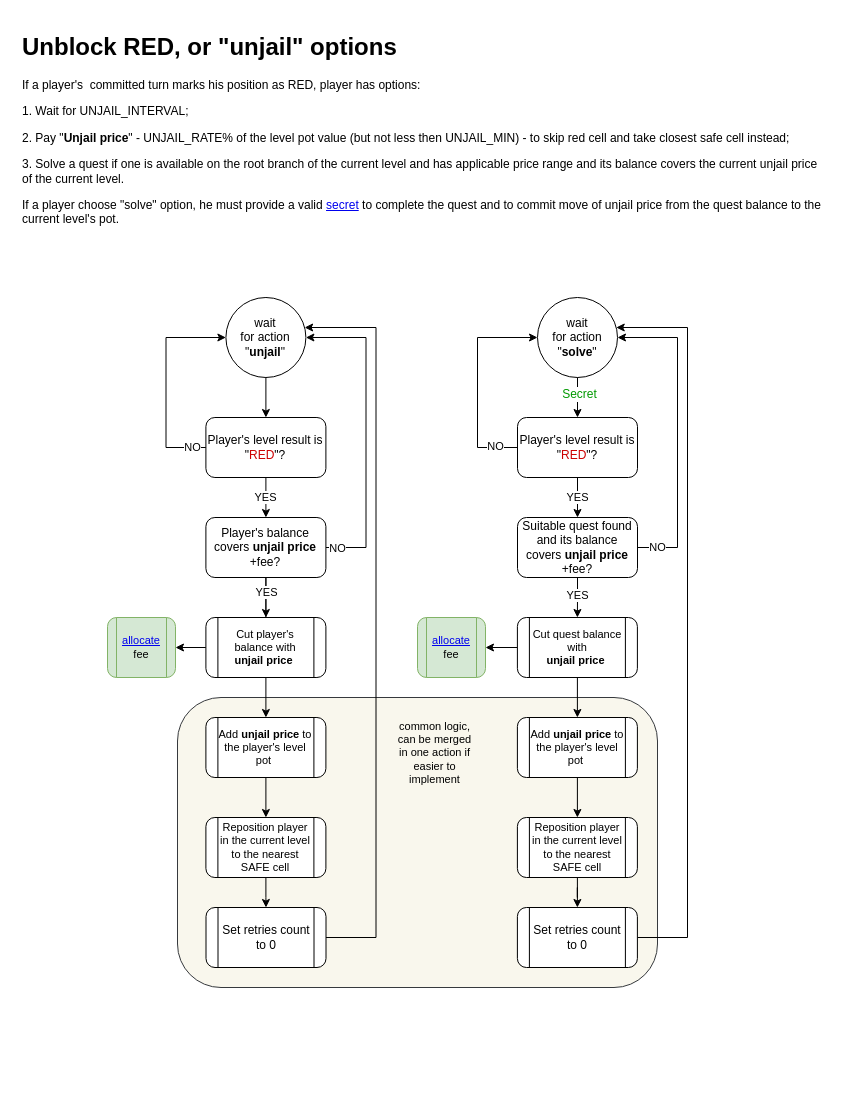
cptn-solo/woffler_contract keeps this draw.io diagram as page "unjail" (9 of 13) of ia/WOFFLER IA.drawio. Above is the earlier version. Source tidied: cells renumbered, new cells numbered last; positions are measured from the earlier drawing's top-left corner, leaving out a move shared by most shapes. Both pictures are drawn from the tidied source at 100%, with x=0, y=0 at pixel (17, 27).
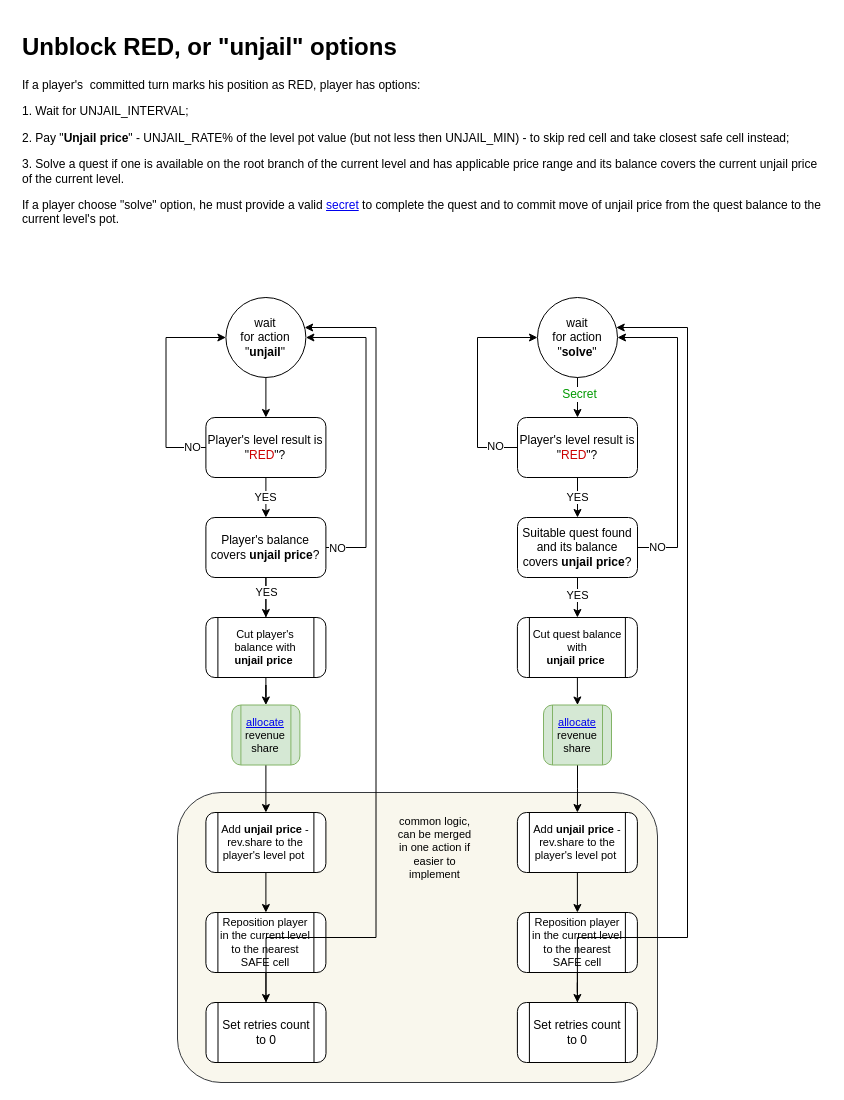
The same diagram, later.

The change refers to these unchanged cells:
```xml
<mxCell id="15" value="Cut player's balance with&lt;br&gt;&lt;b&gt;unjail price&amp;nbsp;&lt;/b&gt;" style="shape=process;whiteSpace=wrap;html=1;backgroundOutline=1;rounded=1;fontSize=11;" parent="1" vertex="1">
  <mxGeometry x="188.4" y="590" width="120" height="60" as="geometry" />
</mxCell>
<mxCell id="38" value="Cut quest balance with&lt;br&gt;&lt;b&gt;unjail price&amp;nbsp;&lt;/b&gt;" style="shape=process;whiteSpace=wrap;html=1;backgroundOutline=1;rounded=1;fontSize=11;" parent="1" vertex="1">
  <mxGeometry x="499.9" y="590" width="120" height="60" as="geometry" />
</mxCell>
```

Diff of the diagram source:
```diff
@@
     <mxCell id="2" value="common logic,&lt;br&gt;can be merged&lt;br&gt;in one action if&lt;br&gt;easier to&lt;br&gt;implement&lt;br&gt;" style="rounded=1;whiteSpace=wrap;html=1;strokeColor=#36393d;fontSize=11;shadow=0;spacingLeft=35;verticalAlign=top;spacingTop=16;fillColor=#f9f7ed;" parent="1" vertex="1">
-      <mxGeometry x="160" y="670" width="480" height="290" as="geometry" />
+      <mxGeometry x="160" y="765" width="480" height="290" as="geometry" />
     </mxCell>
@@
-    <mxCell id="10" value="Player's balance covers &lt;b&gt;unjail price&lt;br&gt;&lt;/b&gt;+fee?" style="rounded=1;whiteSpace=wrap;html=1;shadow=0;glass=0;strokeColor=#000000;align=center;" parent="1" vertex="1">
+    <mxCell id="10" value="Player's balance covers &lt;b&gt;unjail price&lt;/b&gt;?" style="rounded=1;whiteSpace=wrap;html=1;shadow=0;glass=0;strokeColor=#000000;align=center;" parent="1" vertex="1">
       <mxGeometry x="188.4" y="490" width="120" height="60" as="geometry" />
     </mxCell>
@@
-    <mxCell id="13" style="edgeStyle=orthogonalEdgeStyle;rounded=0;jettySize=auto;html=1;fontSize=11;" parent="1" edge="1" source="15" target="18">
+    <mxCell id="13" style="edgeStyle=orthogonalEdgeStyle;rounded=0;jettySize=auto;html=1;fontSize=11;" parent="1" edge="1" source="16" target="18">
       <mxGeometry relative="1" as="geometry" />
     </mxCell>
@@
-    <mxCell id="16" value="&lt;a href=&quot;data:page/id,J4QovUjZuFeeXE9WnE4x&quot;&gt;allocate&lt;/a&gt;&lt;br&gt;fee&lt;br&gt;" style="shape=process;whiteSpace=wrap;html=1;backgroundOutline=1;rounded=1;fontSize=11;fillColor=#d5e8d4;strokeColor=#82b366;" parent="1" vertex="1">
-      <mxGeometry x="90" y="590" width="68" height="60" as="geometry" />
+    <mxCell id="16" value="&lt;a href=&quot;data:page/id,J4QovUjZuFeeXE9WnE4x&quot;&gt;allocate&lt;/a&gt;&lt;br&gt;revenue&lt;br&gt;share&lt;br&gt;" style="shape=process;whiteSpace=wrap;html=1;backgroundOutline=1;rounded=1;fontSize=11;fillColor=#d5e8d4;strokeColor=#82b366;" parent="1" vertex="1">
+      <mxGeometry x="214.4" y="677.5" width="68" height="60" as="geometry" />
     </mxCell>
@@
-    <mxCell id="18" value="Add &lt;b&gt;unjail price&lt;/b&gt; to the player's level pot&amp;nbsp;" style="shape=process;whiteSpace=wrap;html=1;backgroundOutline=1;rounded=1;fontSize=11;" parent="1" vertex="1">
-      <mxGeometry x="188.4" y="690" width="120" height="60" as="geometry" />
+    <mxCell id="18" value="Add &lt;b&gt;unjail price&lt;/b&gt;&amp;nbsp;-rev.share&amp;nbsp;to the player's level pot&amp;nbsp;" style="shape=process;whiteSpace=wrap;html=1;backgroundOutline=1;rounded=1;fontSize=11;" parent="1" vertex="1">
+      <mxGeometry x="188.4" y="785" width="120" height="60" as="geometry" />
     </mxCell>
@@
     <mxCell id="20" value="Reposition player in the current level to the nearest SAFE cell" style="shape=process;whiteSpace=wrap;html=1;backgroundOutline=1;rounded=1;fontSize=11;" parent="1" vertex="1">
-      <mxGeometry x="188.4" y="790" width="120" height="60" as="geometry" />
+      <mxGeometry x="188.4" y="885" width="120" height="60" as="geometry" />
     </mxCell>
@@
     <mxCell id="24" value="Set retries count to 0" style="shape=process;rounded=1;whiteSpace=wrap;html=1;shadow=0;glass=0;strokeColor=#000000;align=center;" parent="1" vertex="1">
-      <mxGeometry x="188.5" y="880" width="120" height="60" as="geometry" />
+      <mxGeometry x="188.5" y="975" width="120" height="60" as="geometry" />
     </mxCell>
@@
-    <mxCell id="35" value="Suitable quest found and its balance covers &lt;b&gt;unjail price&lt;/b&gt; &lt;br&gt;+fee?" style="rounded=1;whiteSpace=wrap;html=1;shadow=0;glass=0;strokeColor=#000000;align=center;" parent="1" vertex="1">
+    <mxCell id="35" value="Suitable quest found and its balance covers &lt;b&gt;unjail price&lt;/b&gt;?" style="rounded=1;whiteSpace=wrap;html=1;shadow=0;glass=0;strokeColor=#000000;align=center;" parent="1" vertex="1">
       <mxGeometry x="500" y="490" width="120" height="60" as="geometry" />
     </mxCell>
-    <mxCell id="36" style="edgeStyle=orthogonalEdgeStyle;rounded=0;jettySize=auto;html=1;fontSize=11;fontColor=#000000;" parent="1" edge="1" source="38" target="40">
+    <mxCell id="36" style="edgeStyle=orthogonalEdgeStyle;rounded=0;jettySize=auto;html=1;fontSize=11;fontColor=#000000;" parent="1" edge="1" source="45" target="40">
       <mxGeometry relative="1" as="geometry" />
     </mxCell>
@@
-    <mxCell id="40" value="Add &lt;b&gt;unjail price&lt;/b&gt; to the player's level pot&amp;nbsp;" style="shape=process;whiteSpace=wrap;html=1;backgroundOutline=1;rounded=1;fontSize=11;" parent="1" vertex="1">
-      <mxGeometry x="499.9" y="690" width="120" height="60" as="geometry" />
+    <mxCell id="40" value="Add &lt;b&gt;unjail price&lt;/b&gt;&amp;nbsp;-rev.share to the player's level pot&amp;nbsp;" style="shape=process;whiteSpace=wrap;html=1;backgroundOutline=1;rounded=1;fontSize=11;" parent="1" vertex="1">
+      <mxGeometry x="499.9" y="785" width="120" height="60" as="geometry" />
     </mxCell>
@@
     <mxCell id="42" value="Reposition player in the current level to the nearest SAFE cell" style="shape=process;whiteSpace=wrap;html=1;backgroundOutline=1;rounded=1;fontSize=11;" parent="1" vertex="1">
-      <mxGeometry x="499.9" y="790" width="120" height="60" as="geometry" />
+      <mxGeometry x="499.9" y="885" width="120" height="60" as="geometry" />
     </mxCell>
@@
     <mxCell id="44" value="Set retries count to 0" style="shape=process;rounded=1;whiteSpace=wrap;html=1;shadow=0;glass=0;strokeColor=#000000;align=center;" parent="1" vertex="1">
-      <mxGeometry x="499.9" y="880" width="120" height="60" as="geometry" />
+      <mxGeometry x="499.9" y="975" width="120" height="60" as="geometry" />
     </mxCell>
-    <mxCell id="45" value="&lt;a href=&quot;data:page/id,J4QovUjZuFeeXE9WnE4x&quot;&gt;allocate&lt;/a&gt;&lt;br&gt;fee&lt;br&gt;" style="shape=process;whiteSpace=wrap;html=1;backgroundOutline=1;rounded=1;fontSize=11;fillColor=#d5e8d4;strokeColor=#82b366;" parent="1" vertex="1">
-      <mxGeometry x="400" y="590" width="68" height="60" as="geometry" />
+    <mxCell id="45" value="&lt;a href=&quot;data:page/id,J4QovUjZuFeeXE9WnE4x&quot;&gt;allocate&lt;/a&gt;&lt;br&gt;revenue&lt;br&gt;share&lt;br&gt;" style="shape=process;whiteSpace=wrap;html=1;backgroundOutline=1;rounded=1;fontSize=11;fillColor=#d5e8d4;strokeColor=#82b366;" parent="1" vertex="1">
+      <mxGeometry x="526" y="677.5" width="68" height="60" as="geometry" />
     </mxCell>
```
